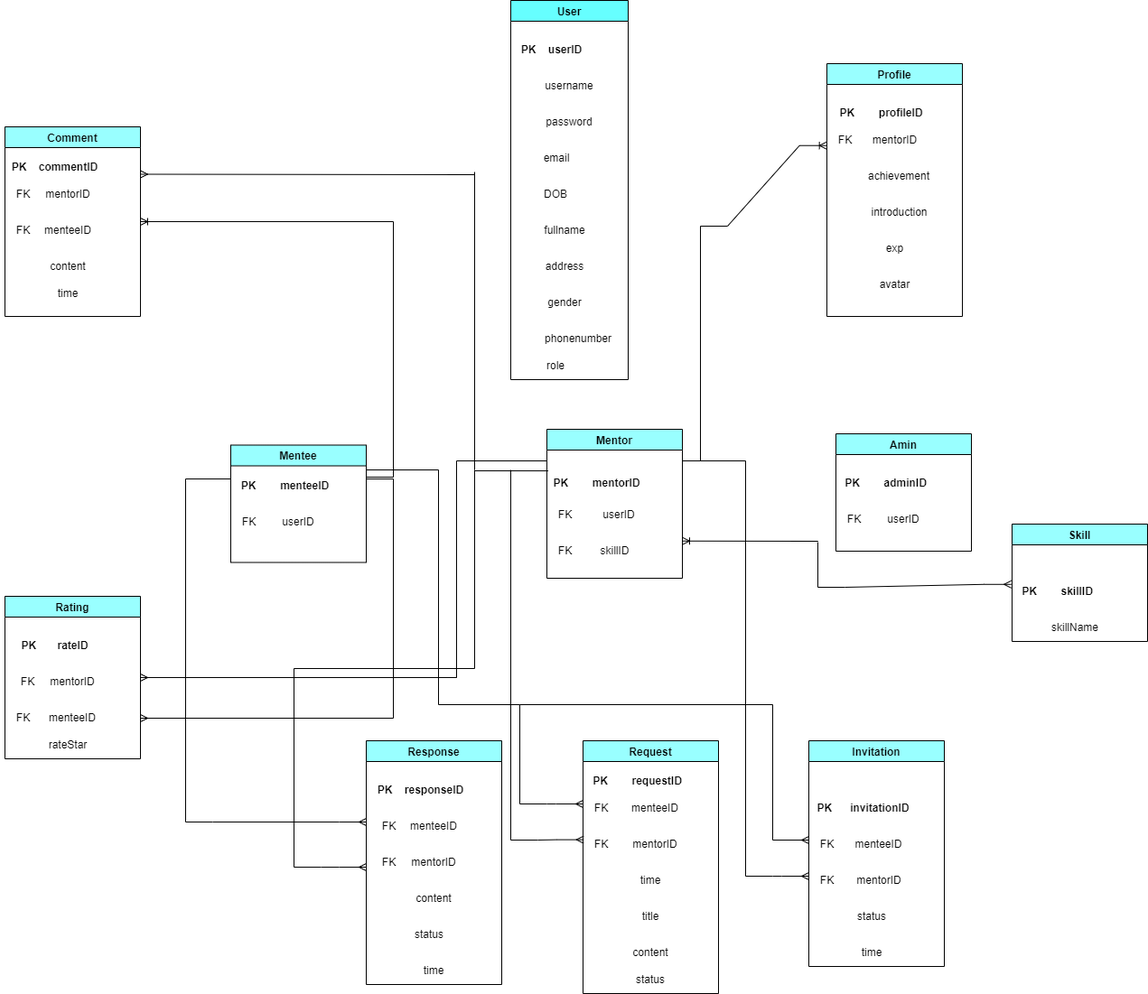
Above: HappyProgramming_DB.drawio.png in dungdt23/SWP391_Document (draw.io), before the change. Source tidied: cells renumbered, new cells last; positions are measured from the earlier drawing's top-left corner, leaving out a move shared by most shapes.
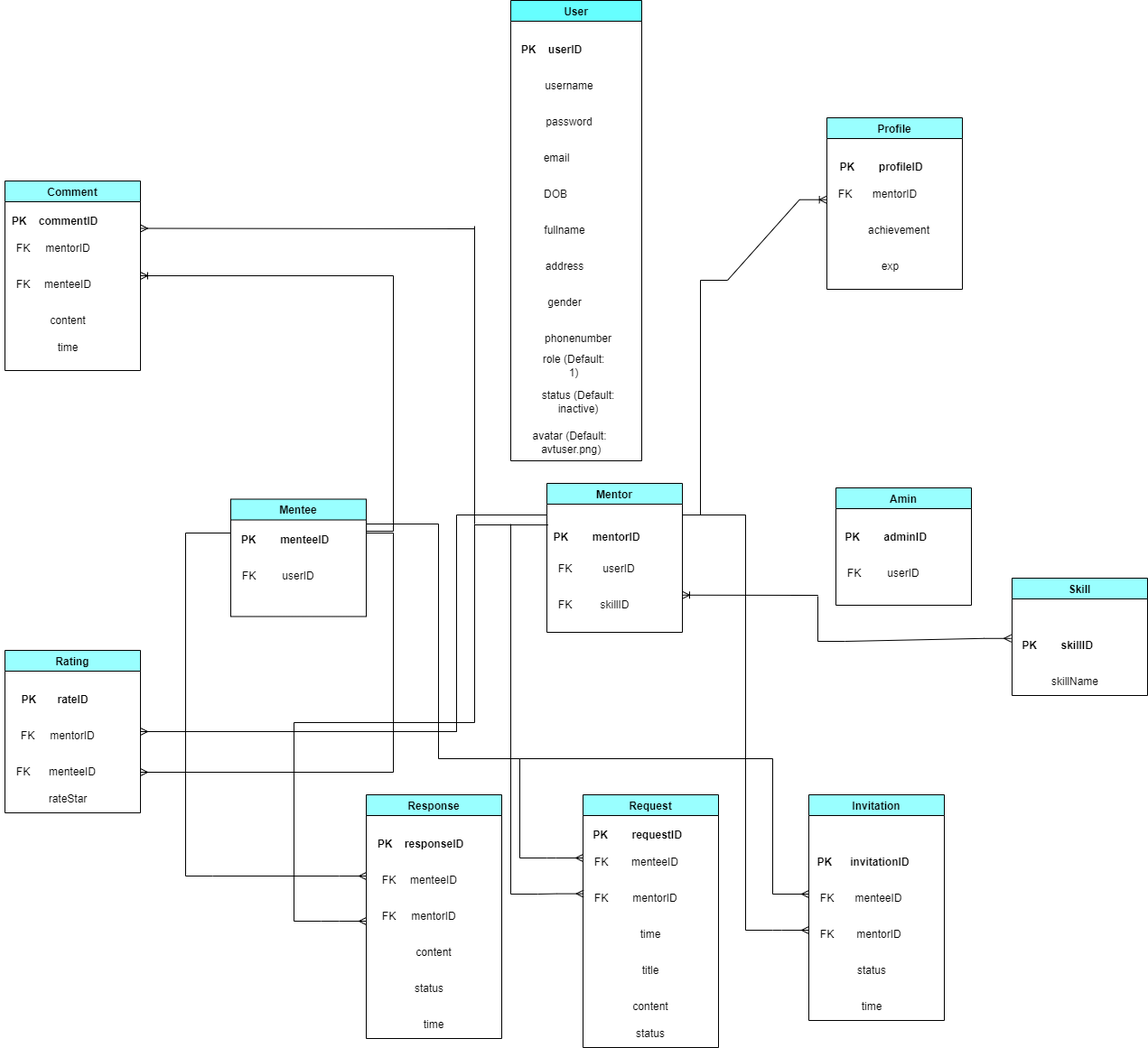
Above is the later version.

The edit, as a diff of the source:
```diff
@@ -3,7 +3,7 @@
     <mxCell id="0" />
     <mxCell id="1" parent="0" />
     <mxCell id="2" value="User" style="swimlane;fillColor=#66FFFF;" parent="1" vertex="1">
-      <mxGeometry x="565" width="130" height="420" as="geometry" />
+      <mxGeometry x="565" y="-60" width="145" height="510" as="geometry" />
     </mxCell>
     <mxCell id="3" value="&lt;b&gt;PK&amp;nbsp; &amp;nbsp; userID&lt;/b&gt;" style="text;html=1;align=center;verticalAlign=middle;strokeColor=none;fillColor=none;" parent="2" vertex="1">
       <mxGeometry y="40" width="90" height="30" as="geometry" />
@@ -32,9 +32,15 @@
     <mxCell id="11" value="phonenumber" style="text;html=1;strokeColor=none;fillColor=none;align=center;verticalAlign=middle;whiteSpace=wrap;rounded=0;" parent="2" vertex="1">
       <mxGeometry x="45" y="360" width="60" height="30" as="geometry" />
     </mxCell>
-    <mxCell id="12" value="role" style="text;html=1;strokeColor=none;fillColor=none;align=center;verticalAlign=middle;whiteSpace=wrap;rounded=0;" parent="2" vertex="1">
-      <mxGeometry x="20" y="390" width="60" height="30" as="geometry" />
+    <mxCell id="12" value="role (Default: 1)" style="text;html=1;strokeColor=none;fillColor=none;align=center;verticalAlign=middle;whiteSpace=wrap;rounded=0;" parent="2" vertex="1">
+      <mxGeometry x="30" y="390" width="80" height="30" as="geometry" />
     </mxCell>
+    <mxCell id="113" value="status (Default: inactive)" style="text;html=1;strokeColor=none;fillColor=none;align=center;verticalAlign=middle;whiteSpace=wrap;rounded=0;" parent="2" vertex="1">
+      <mxGeometry x="30" y="430" width="90" height="30" as="geometry" />
+    </mxCell>
+    <mxCell id="78" value="avatar (Default:&lt;br&gt;&amp;nbsp;avtuser.png)" style="text;html=1;align=center;verticalAlign=middle;strokeColor=none;fillColor=none;" parent="2" vertex="1">
+      <mxGeometry x="10" y="470" width="110" height="40" as="geometry" />
+    </mxCell>
     <mxCell id="13" value="Amin" style="swimlane;fillColor=#99FFFF;" parent="1" vertex="1">
       <mxGeometry x="925" y="480" width="150" height="130" as="geometry" />
     </mxCell>
@@ -213,7 +219,7 @@
       <mxGeometry x="40" y="170" width="60" height="30" as="geometry" />
     </mxCell>
     <mxCell id="72" value="Profile" style="swimlane;fillColor=#99FFFF;" parent="1" vertex="1">
-      <mxGeometry x="915" y="70" width="150" height="280" as="geometry" />
+      <mxGeometry x="915" y="70" width="150" height="190" as="geometry" />
     </mxCell>
     <mxCell id="73" value="&lt;b&gt;PK&amp;nbsp; &amp;nbsp; &amp;nbsp; &amp;nbsp; profileID&lt;/b&gt;" style="text;html=1;align=center;verticalAlign=middle;strokeColor=none;fillColor=none;" parent="72" vertex="1">
       <mxGeometry y="40" width="120" height="30" as="geometry" />
@@ -221,20 +227,14 @@
     <mxCell id="74" value="achievement" style="text;html=1;strokeColor=none;fillColor=none;align=center;verticalAlign=middle;whiteSpace=wrap;rounded=0;" parent="72" vertex="1">
       <mxGeometry x="50" y="110" width="60" height="30" as="geometry" />
     </mxCell>
-    <mxCell id="75" value="introduction" style="text;html=1;align=center;verticalAlign=middle;strokeColor=none;fillColor=none;" parent="72" vertex="1">
-      <mxGeometry x="35" y="150" width="90" height="30" as="geometry" />
-    </mxCell>
     <mxCell id="76" value="mentorID" style="text;html=1;align=center;verticalAlign=middle;strokeColor=none;fillColor=none;" parent="72" vertex="1">
       <mxGeometry x="40" y="70" width="70" height="30" as="geometry" />
     </mxCell>
     <mxCell id="77" value="FK" style="text;html=1;align=center;verticalAlign=middle;points=[];strokeColor=none;fillColor=none;" parent="72" vertex="1">
       <mxGeometry y="70" width="40" height="30" as="geometry" />
     </mxCell>
-    <mxCell id="78" value="avatar" style="text;html=1;align=center;verticalAlign=middle;strokeColor=none;fillColor=none;" parent="72" vertex="1">
-      <mxGeometry x="45" y="230" width="60" height="30" as="geometry" />
-    </mxCell>
     <mxCell id="79" value="exp" style="text;html=1;align=center;verticalAlign=middle;strokeColor=none;fillColor=none;" parent="72" vertex="1">
-      <mxGeometry x="55" y="190" width="40" height="30" as="geometry" />
+      <mxGeometry x="50" y="150" width="40" height="30" as="geometry" />
     </mxCell>
     <mxCell id="80" style="edgeStyle=entityRelationEdgeStyle;fontSize=12;html=1;endArrow=ERoneToMany;rounded=0;entryX=1;entryY=0.5;entryDx=0;entryDy=0;" parent="1" edge="1" target="64">
       <mxGeometry relative="1" as="geometry">
```
